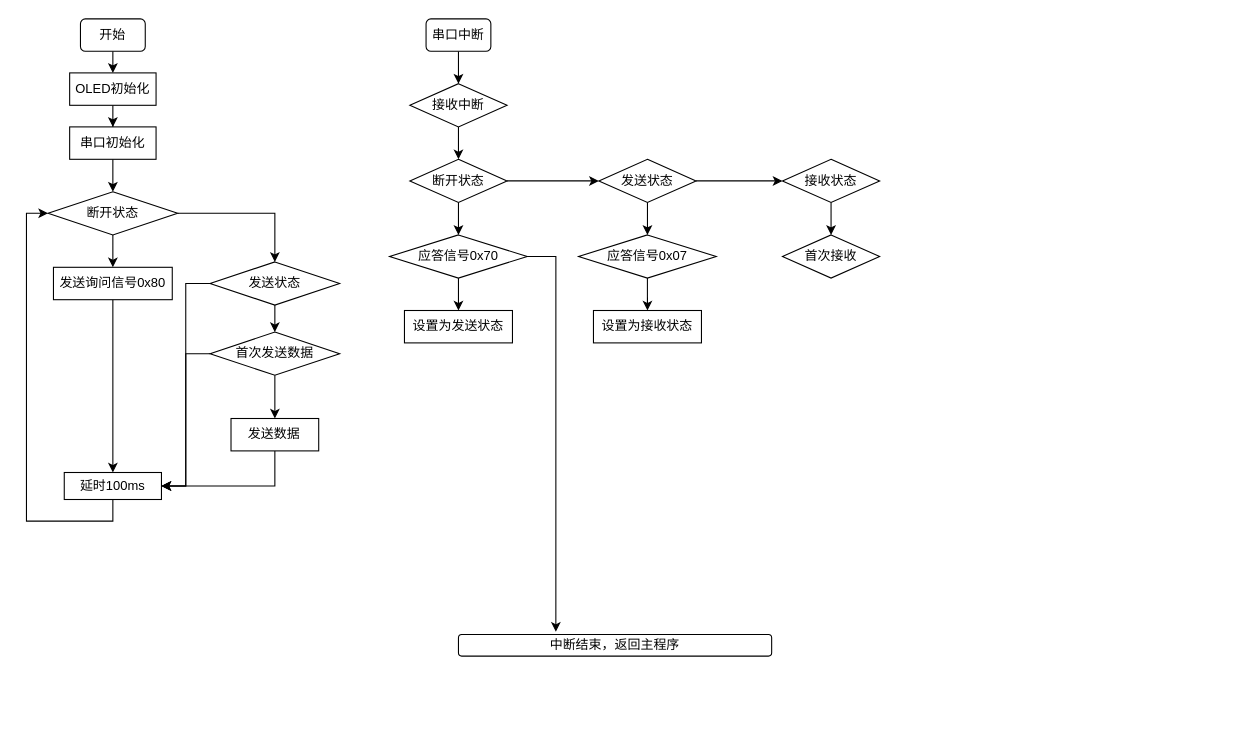
The draw.io diagram Untitled Diagram.drawio in lituo666/uart-STC8F, before the edit. Source tidied: cells renumbered, new cells numbered last; positions are measured from the earlier drawing's top-left corner, leaving out a move shared by most shapes. Both pictures are drawn from the tidied source at 108%, with x=0, y=0 at pixel (48, 18).
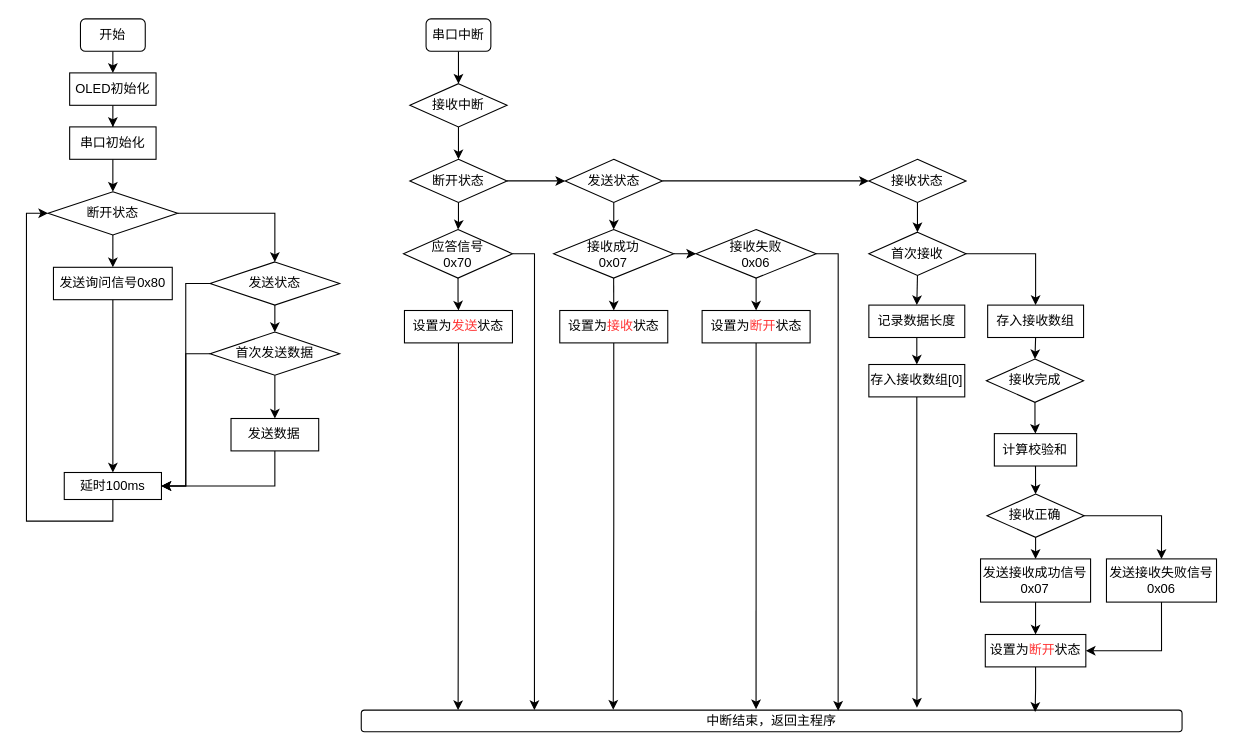
The same diagram, later.

The edit, as a diff of the source:
```diff
@@
-    <mxCell id="31" style="edgeStyle=orthogonalEdgeStyle;rounded=0;jettySize=auto;html=1;exitX=1;exitY=0.5;exitDx=0;exitDy=0;entryX=0.311;entryY=-0.126;entryDx=0;entryDy=0;entryPerimeter=0;" parent="1" edge="1" source="32" target="34">
+    <mxCell id="31" style="edgeStyle=orthogonalEdgeStyle;rounded=0;jettySize=auto;html=1;exitX=1;exitY=0.5;exitDx=0;exitDy=0;entryX=0.211;entryY=0;entryDx=0;entryDy=0;entryPerimeter=0;" parent="1" edge="1" source="32" target="34">
       <mxGeometry relative="1" as="geometry" />
     </mxCell>
-    <mxCell id="32" value="应答信号0x70" style="rhombus;whiteSpace=wrap;html=1;" parent="1" vertex="1">
-      <mxGeometry x="316.2" y="200" width="127.5" height="40" as="geometry" />
+    <mxCell id="32" value="应答信号&lt;br&gt;0x70" style="rhombus;whiteSpace=wrap;html=1;" parent="1" vertex="1">
+      <mxGeometry x="329.1" y="195" width="100.9" height="45" as="geometry" />
     </mxCell>
+    <mxCell id="44" style="edgeStyle=orthogonalEdgeStyle;rounded=0;jettySize=auto;html=1;exitX=0.5;exitY=1;exitDx=0;exitDy=0;entryX=0.118;entryY=0;entryDx=0;entryDy=0;entryPerimeter=0;" parent="1" edge="1" source="33" target="34">
+      <mxGeometry relative="1" as="geometry" />
+    </mxCell>
-    <mxCell id="33" value="设置为发送状态" style="whiteSpace=wrap;html=1;" parent="1" vertex="1">
+    <mxCell id="33" value="设置为&lt;font color=&quot;#ff3333&quot;&gt;发送&lt;/font&gt;状态" style="whiteSpace=wrap;html=1;" parent="1" vertex="1">
       <mxGeometry x="330" y="270" width="100" height="30" as="geometry" />
     </mxCell>
     <mxCell id="34" value="中断结束，返回主程序" style="rounded=1;whiteSpace=wrap;html=1;" parent="1" vertex="1">
-      <mxGeometry x="380" y="570" width="290" height="20" as="geometry" />
+      <mxGeometry x="290" y="640" width="760" height="20" as="geometry" />
     </mxCell>
@@
     <mxCell id="37" value="发送状态" style="rhombus;whiteSpace=wrap;html=1;" parent="1" vertex="1">
-      <mxGeometry x="510" y="130" width="90" height="40" as="geometry" />
+      <mxGeometry x="478.8" y="130" width="90" height="40" as="geometry" />
     </mxCell>
@@
+    <mxCell id="45" style="edgeStyle=orthogonalEdgeStyle;rounded=0;jettySize=auto;html=1;" parent="1" edge="1" source="39" target="70">
+      <mxGeometry relative="1" as="geometry" />
+    </mxCell>
-    <mxCell id="39" value="应答信号0x07" style="rhombus;whiteSpace=wrap;html=1;" parent="1" vertex="1">
-      <mxGeometry x="491.2" y="200" width="127.5" height="40" as="geometry" />
+    <mxCell id="39" value="接收成功&lt;br&gt;0x07" style="rhombus;whiteSpace=wrap;html=1;" parent="1" vertex="1">
+      <mxGeometry x="468.1" y="195" width="111.2" height="45" as="geometry" />
     </mxCell>
+    <mxCell id="46" style="edgeStyle=orthogonalEdgeStyle;rounded=0;jettySize=auto;html=1;exitX=0.5;exitY=1;exitDx=0;exitDy=0;entryX=0.307;entryY=-0.021;entryDx=0;entryDy=0;entryPerimeter=0;" parent="1" edge="1" source="40" target="34">
+      <mxGeometry relative="1" as="geometry" />
+    </mxCell>
-    <mxCell id="40" value="设置为接收状态" style="whiteSpace=wrap;html=1;" parent="1" vertex="1">
-      <mxGeometry x="505" y="270" width="100" height="30" as="geometry" />
+    <mxCell id="40" value="设置为&lt;font color=&quot;#ff3333&quot;&gt;接收&lt;/font&gt;状态" style="whiteSpace=wrap;html=1;" parent="1" vertex="1">
+      <mxGeometry x="473.8" y="270" width="100" height="30" as="geometry" />
     </mxCell>
@@
     <mxCell id="42" value="接收状态" style="rhombus;whiteSpace=wrap;html=1;" parent="1" vertex="1">
-      <mxGeometry x="680" y="130" width="90" height="40" as="geometry" />
+      <mxGeometry x="760" y="130" width="90" height="40" as="geometry" />
     </mxCell>
+    <mxCell id="47" style="edgeStyle=orthogonalEdgeStyle;rounded=0;jettySize=auto;html=1;exitX=0.5;exitY=1;exitDx=0;exitDy=0;entryX=0.5;entryY=0;entryDx=0;entryDy=0;" parent="1" edge="1" source="43" target="52">
+      <mxGeometry relative="1" as="geometry" />
+    </mxCell>
+    <mxCell id="48" style="edgeStyle=orthogonalEdgeStyle;rounded=0;jettySize=auto;html=1;exitX=1;exitY=0.5;exitDx=0;exitDy=0;entryX=0.5;entryY=0;entryDx=0;entryDy=0;" parent="1" edge="1" source="43" target="54">
+      <mxGeometry relative="1" as="geometry" />
+    </mxCell>
     <mxCell id="43" value="首次接收" style="rhombus;whiteSpace=wrap;html=1;" parent="1" vertex="1">
-      <mxGeometry x="680" y="200" width="90" height="40" as="geometry" />
+      <mxGeometry x="760" y="197.5" width="90" height="40" as="geometry" />
     </mxCell>
+    <mxCell id="49" style="edgeStyle=orthogonalEdgeStyle;rounded=0;jettySize=auto;html=1;exitX=0.5;exitY=1;exitDx=0;exitDy=0;entryX=0.677;entryY=-0.11;entryDx=0;entryDy=0;entryPerimeter=0;" parent="1" edge="1" source="50" target="34">
+      <mxGeometry relative="1" as="geometry" />
+    </mxCell>
+    <mxCell id="50" value="存入接收数组[0]" style="whiteSpace=wrap;html=1;" parent="1" vertex="1">
+      <mxGeometry x="760" y="320" width="88.8" height="30" as="geometry" />
+    </mxCell>
+    <mxCell id="51" style="edgeStyle=orthogonalEdgeStyle;rounded=0;jettySize=auto;html=1;exitX=0.5;exitY=1;exitDx=0;exitDy=0;entryX=0.5;entryY=0;entryDx=0;entryDy=0;" parent="1" edge="1" source="52" target="50">
+      <mxGeometry relative="1" as="geometry" />
+    </mxCell>
+    <mxCell id="52" value="记录数据长度" style="whiteSpace=wrap;html=1;" parent="1" vertex="1">
+      <mxGeometry x="760" y="265" width="88.8" height="30" as="geometry" />
+    </mxCell>
+    <mxCell id="53" style="edgeStyle=orthogonalEdgeStyle;rounded=0;jettySize=auto;html=1;exitX=0.5;exitY=1;exitDx=0;exitDy=0;entryX=0.5;entryY=0;entryDx=0;entryDy=0;" parent="1" edge="1" source="54" target="56">
+      <mxGeometry relative="1" as="geometry" />
+    </mxCell>
+    <mxCell id="54" value="存入接收数组" style="whiteSpace=wrap;html=1;" parent="1" vertex="1">
+      <mxGeometry x="870" y="265" width="88.8" height="30" as="geometry" />
+    </mxCell>
+    <mxCell id="55" style="edgeStyle=orthogonalEdgeStyle;rounded=0;jettySize=auto;html=1;" parent="1" edge="1" source="56" target="58">
+      <mxGeometry relative="1" as="geometry" />
+    </mxCell>
+    <mxCell id="56" value="接收完成" style="rhombus;whiteSpace=wrap;html=1;" parent="1" vertex="1">
+      <mxGeometry x="868.8" y="315" width="90" height="40" as="geometry" />
+    </mxCell>
+    <mxCell id="57" style="edgeStyle=orthogonalEdgeStyle;rounded=0;jettySize=auto;html=1;exitX=0.5;exitY=1;exitDx=0;exitDy=0;entryX=0.5;entryY=0;entryDx=0;entryDy=0;" parent="1" edge="1" source="58" target="61">
+      <mxGeometry relative="1" as="geometry" />
+    </mxCell>
+    <mxCell id="58" value="计算校验和" style="whiteSpace=wrap;html=1;" parent="1" vertex="1">
+      <mxGeometry x="876.2" y="384" width="76.2" height="30" as="geometry" />
+    </mxCell>
+    <mxCell id="59" style="edgeStyle=orthogonalEdgeStyle;rounded=0;jettySize=auto;html=1;exitX=0.5;exitY=1;exitDx=0;exitDy=0;entryX=0.5;entryY=0;entryDx=0;entryDy=0;" parent="1" edge="1" source="61" target="65">
+      <mxGeometry relative="1" as="geometry" />
+    </mxCell>
+    <mxCell id="60" style="edgeStyle=orthogonalEdgeStyle;rounded=0;jettySize=auto;html=1;exitX=1;exitY=0.5;exitDx=0;exitDy=0;entryX=0.5;entryY=0;entryDx=0;entryDy=0;" parent="1" edge="1" source="61" target="67">
+      <mxGeometry relative="1" as="geometry" />
+    </mxCell>
+    <mxCell id="61" value="接收正确" style="rhombus;whiteSpace=wrap;html=1;" parent="1" vertex="1">
+      <mxGeometry x="869.4" y="440" width="90" height="40" as="geometry" />
+    </mxCell>
+    <mxCell id="62" style="edgeStyle=orthogonalEdgeStyle;rounded=0;jettySize=auto;html=1;exitX=0.5;exitY=1;exitDx=0;exitDy=0;entryX=0.821;entryY=0.083;entryDx=0;entryDy=0;entryPerimeter=0;" parent="1" edge="1" source="63" target="34">
+      <mxGeometry relative="1" as="geometry" />
+    </mxCell>
+    <mxCell id="63" value="设置为&lt;font color=&quot;#ff3333&quot;&gt;断开&lt;/font&gt;状态" style="whiteSpace=wrap;html=1;" parent="1" vertex="1">
+      <mxGeometry x="867.8" y="570" width="93.1" height="30" as="geometry" />
+    </mxCell>
+    <mxCell id="64" style="edgeStyle=orthogonalEdgeStyle;rounded=0;jettySize=auto;html=1;exitX=0.5;exitY=1;exitDx=0;exitDy=0;entryX=0.5;entryY=0;entryDx=0;entryDy=0;" parent="1" edge="1" source="65" target="63">
+      <mxGeometry relative="1" as="geometry" />
+    </mxCell>
+    <mxCell id="65" value="发送接收成功信号&lt;br&gt;0x07" style="whiteSpace=wrap;html=1;" parent="1" vertex="1">
+      <mxGeometry x="863.4" y="500" width="101.9" height="40" as="geometry" />
+    </mxCell>
+    <mxCell id="66" style="edgeStyle=orthogonalEdgeStyle;rounded=0;jettySize=auto;html=1;exitX=0.5;exitY=1;exitDx=0;exitDy=0;entryX=1;entryY=0.5;entryDx=0;entryDy=0;" parent="1" edge="1" source="67" target="63">
+      <mxGeometry relative="1" as="geometry" />
+    </mxCell>
+    <mxCell id="67" value="发送接收失败信号&lt;br&gt;0x06" style="whiteSpace=wrap;html=1;" parent="1" vertex="1">
+      <mxGeometry x="980" y="500" width="101.9" height="40" as="geometry" />
+    </mxCell>
+    <mxCell id="68" style="edgeStyle=orthogonalEdgeStyle;rounded=0;jettySize=auto;html=1;exitX=0.5;exitY=1;exitDx=0;exitDy=0;entryX=0.5;entryY=0;entryDx=0;entryDy=0;" parent="1" edge="1" source="70" target="72">
+      <mxGeometry relative="1" as="geometry" />
+    </mxCell>
+    <mxCell id="69" style="edgeStyle=orthogonalEdgeStyle;rounded=0;jettySize=auto;html=1;exitX=1;exitY=0.5;exitDx=0;exitDy=0;entryX=0.581;entryY=0.028;entryDx=0;entryDy=0;entryPerimeter=0;" parent="1" edge="1" source="70" target="34">
+      <mxGeometry relative="1" as="geometry">
+        <Array as="points">
+          <mxPoint x="732" y="218" />
+          <mxPoint x="732" y="641" />
+        </Array>
+      </mxGeometry>
+    </mxCell>
+    <mxCell id="70" value="接收失败&lt;br&gt;0x06" style="rhombus;whiteSpace=wrap;html=1;" parent="1" vertex="1">
+      <mxGeometry x="600" y="195" width="111.2" height="45" as="geometry" />
+    </mxCell>
+    <mxCell id="71" style="edgeStyle=orthogonalEdgeStyle;rounded=0;jettySize=auto;html=1;exitX=0.5;exitY=1;exitDx=0;exitDy=0;entryX=0.481;entryY=-0.041;entryDx=0;entryDy=0;entryPerimeter=0;" parent="1" edge="1" source="72" target="34">
+      <mxGeometry relative="1" as="geometry" />
+    </mxCell>
+    <mxCell id="72" value="设置为&lt;font color=&quot;#ff3333&quot;&gt;断开&lt;/font&gt;状态" style="whiteSpace=wrap;html=1;" parent="1" vertex="1">
+      <mxGeometry x="605.6" y="270" width="100" height="30" as="geometry" />
+    </mxCell>
```
